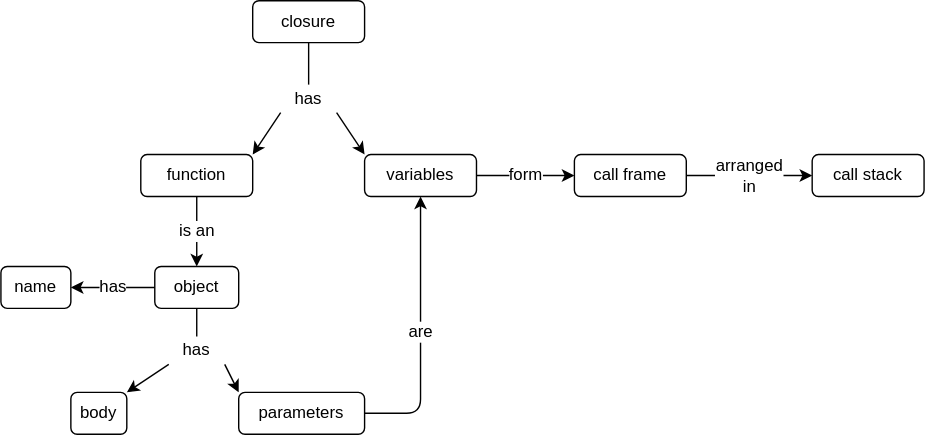
Earlier version of the draw.io export sdxpy/func/concept_map.svg (gvwilson/thirdbit). Source tidied: cells renumbered, new cells last; positions are measured from the earlier drawing's top-left corner, leaving out a move shared by most shapes. Its diagram source:
```xml
<mxGraphModel>
  <root>
    <mxCell id="0" />
    <mxCell id="1" parent="0" />
    <mxCell id="2" value="function" style="rounded=1;whiteSpace=wrap;html=1;fillColor=none;fontFamily=Verdana;fontSize=12;" parent="1" vertex="1">
      <mxGeometry x="100" y="110" width="80" height="30" as="geometry" />
    </mxCell>
    <mxCell id="3" value="closure" style="rounded=1;whiteSpace=wrap;html=1;fillColor=none;fontFamily=Verdana;fontSize=12;" parent="1" vertex="1">
      <mxGeometry x="180" width="80" height="30" as="geometry" />
    </mxCell>
    <mxCell id="4" value="has" style="text;html=1;strokeColor=none;fillColor=none;align=center;verticalAlign=middle;whiteSpace=wrap;rounded=0;fontFamily=Verdana;fontSize=12;" parent="1" vertex="1">
      <mxGeometry x="200" y="60" width="40" height="20" as="geometry" />
    </mxCell>
    <mxCell id="5" style="endArrow=none;html=1;rounded=0;entryX=0.5;entryY=1;entryDx=0;entryDy=0;exitX=0.5;exitY=0;exitDx=0;exitDy=0;fontFamily=Verdana;fontSize=12;" parent="1" edge="1" source="4" target="3">
      <mxGeometry relative="1" as="geometry" />
    </mxCell>
    <mxCell id="6" style="endArrow=classic;html=1;rounded=0;entryX=1;entryY=0;entryDx=0;entryDy=0;exitX=0;exitY=1;exitDx=0;exitDy=0;fontFamily=Verdana;fontSize=12;" parent="1" edge="1" source="4" target="2">
      <mxGeometry relative="1" as="geometry" />
    </mxCell>
    <mxCell id="7" value="variables" style="rounded=1;whiteSpace=wrap;html=1;fillColor=none;fontFamily=Verdana;fontSize=12;" parent="1" vertex="1">
      <mxGeometry x="260" y="110" width="80" height="30" as="geometry" />
    </mxCell>
    <mxCell id="8" style="endArrow=classic;html=1;rounded=0;entryX=0;entryY=0;entryDx=0;entryDy=0;exitX=1;exitY=1;exitDx=0;exitDy=0;fontFamily=Verdana;fontSize=12;" parent="1" edge="1" source="4" target="7">
      <mxGeometry relative="1" as="geometry" />
    </mxCell>
    <mxCell id="9" value="object" style="rounded=1;whiteSpace=wrap;html=1;fillColor=none;fontFamily=Verdana;fontSize=12;" parent="1" vertex="1">
      <mxGeometry x="110" y="190" width="60" height="30" as="geometry" />
    </mxCell>
    <mxCell id="10" value="&lt;font style=&quot;font-size: 12px;&quot;&gt;is an&lt;/font&gt;" style="endArrow=classic;html=1;rounded=0;exitX=0.5;exitY=1;exitDx=0;exitDy=0;entryX=0.5;entryY=0;entryDx=0;entryDy=0;fontFamily=Verdana;fontSize=12;" parent="1" edge="1" source="2" target="9">
      <mxGeometry relative="1" as="geometry" />
    </mxCell>
    <mxCell id="11" value="parameters" style="rounded=1;whiteSpace=wrap;html=1;fillColor=none;fontFamily=Verdana;fontSize=12;" parent="1" vertex="1">
      <mxGeometry x="170" y="280" width="90" height="30" as="geometry" />
    </mxCell>
    <mxCell id="12" value="body" style="rounded=1;whiteSpace=wrap;html=1;fillColor=none;fontFamily=Verdana;fontSize=12;" parent="1" vertex="1">
      <mxGeometry x="50" y="280" width="40" height="30" as="geometry" />
    </mxCell>
    <mxCell id="13" value="has" style="text;html=1;strokeColor=none;fillColor=none;align=center;verticalAlign=middle;whiteSpace=wrap;rounded=0;fontFamily=Verdana;fontSize=12;" parent="1" vertex="1">
      <mxGeometry x="120" y="240" width="40" height="20" as="geometry" />
    </mxCell>
    <mxCell id="14" style="endArrow=none;html=1;rounded=0;exitX=0.5;exitY=0;exitDx=0;exitDy=0;entryX=0.5;entryY=1;entryDx=0;entryDy=0;fontFamily=Verdana;fontSize=12;" parent="1" edge="1" source="13" target="9">
      <mxGeometry relative="1" as="geometry" />
    </mxCell>
    <mxCell id="15" style="endArrow=classic;html=1;rounded=0;entryX=1;entryY=0;entryDx=0;entryDy=0;exitX=0;exitY=1;exitDx=0;exitDy=0;fontFamily=Verdana;fontSize=12;" parent="1" edge="1" source="13" target="12">
      <mxGeometry relative="1" as="geometry" />
    </mxCell>
    <mxCell id="16" style="endArrow=classic;html=1;rounded=0;exitX=1;exitY=1;exitDx=0;exitDy=0;entryX=0;entryY=0;entryDx=0;entryDy=0;fontFamily=Verdana;fontSize=12;" parent="1" edge="1" source="13" target="11">
      <mxGeometry relative="1" as="geometry" />
    </mxCell>
    <mxCell id="17" value="&lt;font style=&quot;font-size: 12px;&quot;&gt;are&lt;/font&gt;" style="endArrow=classic;html=1;rounded=1;entryX=0.5;entryY=1;entryDx=0;entryDy=0;exitX=1;exitY=0.5;exitDx=0;exitDy=0;fontFamily=Verdana;fontSize=12;" parent="1" edge="1" source="11" target="7">
      <mxGeometry relative="1" as="geometry">
        <Array as="points">
          <mxPoint x="300" y="295" />
        </Array>
      </mxGeometry>
    </mxCell>
    <mxCell id="18" value="&lt;font style=&quot;font-size: 12px;&quot;&gt;has&lt;/font&gt;" style="endArrow=classic;html=1;rounded=0;entryX=1;entryY=0.5;entryDx=0;entryDy=0;exitX=0;exitY=0.5;exitDx=0;exitDy=0;fontFamily=Verdana;fontSize=12;" parent="1" edge="1" source="9" target="19">
      <mxGeometry relative="1" as="geometry" />
    </mxCell>
    <mxCell id="19" value="name" style="rounded=1;whiteSpace=wrap;html=1;fillColor=none;fontFamily=Verdana;fontSize=12;" parent="1" vertex="1">
      <mxGeometry y="190" width="50" height="30" as="geometry" />
    </mxCell>
    <mxCell id="20" value="call frame" style="rounded=1;whiteSpace=wrap;html=1;fillColor=none;fontFamily=Verdana;fontSize=12;" parent="1" vertex="1">
      <mxGeometry x="410" y="110" width="80" height="30" as="geometry" />
    </mxCell>
    <mxCell id="21" value="&lt;font style=&quot;font-size: 12px;&quot;&gt;form&lt;/font&gt;" style="endArrow=classic;html=1;rounded=0;entryX=0;entryY=0.5;entryDx=0;entryDy=0;exitX=1;exitY=0.5;exitDx=0;exitDy=0;fontFamily=Verdana;fontSize=12;" parent="1" edge="1" source="7" target="20">
      <mxGeometry relative="1" as="geometry" />
    </mxCell>
    <mxCell id="22" value="call stack" style="rounded=1;whiteSpace=wrap;html=1;fillColor=none;fontFamily=Verdana;fontSize=12;" parent="1" vertex="1">
      <mxGeometry x="580" y="110" width="80" height="30" as="geometry" />
    </mxCell>
    <mxCell id="23" value="&lt;font style=&quot;font-size: 12px;&quot;&gt;arranged&lt;br style=&quot;font-size: 12px;&quot;&gt;in&lt;br style=&quot;font-size: 12px;&quot;&gt;&lt;/font&gt;" style="endArrow=classic;html=1;rounded=0;entryX=0;entryY=0.5;entryDx=0;entryDy=0;exitX=1;exitY=0.5;exitDx=0;exitDy=0;fontFamily=Verdana;fontSize=12;" parent="1" edge="1" source="20" target="22">
      <mxGeometry relative="1" as="geometry" />
    </mxCell>
  </root>
</mxGraphModel>
```
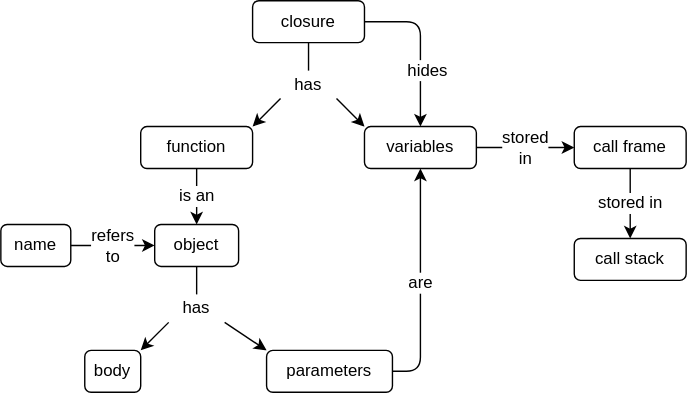
Above is the later version.

The edit, as a diff of the source:
```diff
@@ -2,75 +2,85 @@
   <root>
     <mxCell id="0" />
     <mxCell id="1" parent="0" />
-    <mxCell id="2" value="function" style="rounded=1;whiteSpace=wrap;html=1;fillColor=none;fontFamily=Verdana;fontSize=12;" parent="1" vertex="1">
-      <mxGeometry x="100" y="110" width="80" height="30" as="geometry" />
+    <mxCell id="2" value="function" style="rounded=1;whiteSpace=wrap;html=1;fillColor=none;fontFamily=Helvetica;fontSize=12;" parent="1" vertex="1">
+      <mxGeometry x="100" y="90" width="80" height="30" as="geometry" />
     </mxCell>
-    <mxCell id="3" value="closure" style="rounded=1;whiteSpace=wrap;html=1;fillColor=none;fontFamily=Verdana;fontSize=12;" parent="1" vertex="1">
+    <mxCell id="3" value="closure" style="rounded=1;whiteSpace=wrap;html=1;fillColor=none;fontFamily=Helvetica;fontSize=12;" parent="1" vertex="1">
       <mxGeometry x="180" width="80" height="30" as="geometry" />
     </mxCell>
-    <mxCell id="4" value="has" style="text;html=1;strokeColor=none;fillColor=none;align=center;verticalAlign=middle;whiteSpace=wrap;rounded=0;fontFamily=Verdana;fontSize=12;" parent="1" vertex="1">
-      <mxGeometry x="200" y="60" width="40" height="20" as="geometry" />
+    <mxCell id="4" value="has" style="text;html=1;strokeColor=none;fillColor=none;align=center;verticalAlign=middle;whiteSpace=wrap;rounded=0;fontFamily=Helvetica;fontSize=12;" parent="1" vertex="1">
+      <mxGeometry x="200" y="50" width="40" height="20" as="geometry" />
     </mxCell>
-    <mxCell id="5" style="endArrow=none;html=1;rounded=0;entryX=0.5;entryY=1;entryDx=0;entryDy=0;exitX=0.5;exitY=0;exitDx=0;exitDy=0;fontFamily=Verdana;fontSize=12;" parent="1" edge="1" source="4" target="3">
+    <mxCell id="5" style="endArrow=none;html=1;rounded=0;entryX=0.5;entryY=1;entryDx=0;entryDy=0;exitX=0.5;exitY=0;exitDx=0;exitDy=0;fontFamily=Helvetica;fontSize=12;" parent="1" edge="1" source="4" target="3">
       <mxGeometry relative="1" as="geometry" />
     </mxCell>
-    <mxCell id="6" style="endArrow=classic;html=1;rounded=0;entryX=1;entryY=0;entryDx=0;entryDy=0;exitX=0;exitY=1;exitDx=0;exitDy=0;fontFamily=Verdana;fontSize=12;" parent="1" edge="1" source="4" target="2">
+    <mxCell id="6" style="endArrow=classic;html=1;rounded=0;entryX=1;entryY=0;entryDx=0;entryDy=0;exitX=0;exitY=1;exitDx=0;exitDy=0;fontFamily=Helvetica;fontSize=12;" parent="1" edge="1" source="4" target="2">
       <mxGeometry relative="1" as="geometry" />
     </mxCell>
-    <mxCell id="7" value="variables" style="rounded=1;whiteSpace=wrap;html=1;fillColor=none;fontFamily=Verdana;fontSize=12;" parent="1" vertex="1">
-      <mxGeometry x="260" y="110" width="80" height="30" as="geometry" />
+    <mxCell id="7" value="variables" style="rounded=1;whiteSpace=wrap;html=1;fillColor=none;fontFamily=Helvetica;fontSize=12;" parent="1" vertex="1">
+      <mxGeometry x="260" y="90" width="80" height="30" as="geometry" />
     </mxCell>
-    <mxCell id="8" style="endArrow=classic;html=1;rounded=0;entryX=0;entryY=0;entryDx=0;entryDy=0;exitX=1;exitY=1;exitDx=0;exitDy=0;fontFamily=Verdana;fontSize=12;" parent="1" edge="1" source="4" target="7">
+    <mxCell id="8" style="endArrow=classic;html=1;rounded=0;entryX=0;entryY=0;entryDx=0;entryDy=0;exitX=1;exitY=1;exitDx=0;exitDy=0;fontFamily=Helvetica;fontSize=12;" parent="1" edge="1" source="4" target="7">
       <mxGeometry relative="1" as="geometry" />
     </mxCell>
-    <mxCell id="9" value="object" style="rounded=1;whiteSpace=wrap;html=1;fillColor=none;fontFamily=Verdana;fontSize=12;" parent="1" vertex="1">
-      <mxGeometry x="110" y="190" width="60" height="30" as="geometry" />
+    <mxCell id="9" value="object" style="rounded=1;whiteSpace=wrap;html=1;fillColor=none;fontFamily=Helvetica;fontSize=12;" parent="1" vertex="1">
+      <mxGeometry x="110" y="160" width="60" height="30" as="geometry" />
     </mxCell>
-    <mxCell id="10" value="&lt;font style=&quot;font-size: 12px;&quot;&gt;is an&lt;/font&gt;" style="endArrow=classic;html=1;rounded=0;exitX=0.5;exitY=1;exitDx=0;exitDy=0;entryX=0.5;entryY=0;entryDx=0;entryDy=0;fontFamily=Verdana;fontSize=12;" parent="1" edge="1" source="2" target="9">
+    <mxCell id="10" value="&lt;font style=&quot;font-size: 12px;&quot;&gt;is an&lt;/font&gt;" style="endArrow=classic;html=1;rounded=0;exitX=0.5;exitY=1;exitDx=0;exitDy=0;entryX=0.5;entryY=0;entryDx=0;entryDy=0;fontFamily=Helvetica;fontSize=12;" parent="1" edge="1" source="2" target="9">
       <mxGeometry relative="1" as="geometry" />
     </mxCell>
-    <mxCell id="11" value="parameters" style="rounded=1;whiteSpace=wrap;html=1;fillColor=none;fontFamily=Verdana;fontSize=12;" parent="1" vertex="1">
-      <mxGeometry x="170" y="280" width="90" height="30" as="geometry" />
+    <mxCell id="11" value="parameters" style="rounded=1;whiteSpace=wrap;html=1;fillColor=none;fontFamily=Helvetica;fontSize=12;" parent="1" vertex="1">
+      <mxGeometry x="190" y="250" width="90" height="30" as="geometry" />
     </mxCell>
-    <mxCell id="12" value="body" style="rounded=1;whiteSpace=wrap;html=1;fillColor=none;fontFamily=Verdana;fontSize=12;" parent="1" vertex="1">
-      <mxGeometry x="50" y="280" width="40" height="30" as="geometry" />
+    <mxCell id="12" value="body" style="rounded=1;whiteSpace=wrap;html=1;fillColor=none;fontFamily=Helvetica;fontSize=12;" parent="1" vertex="1">
+      <mxGeometry x="60" y="250" width="40" height="30" as="geometry" />
     </mxCell>
-    <mxCell id="13" value="has" style="text;html=1;strokeColor=none;fillColor=none;align=center;verticalAlign=middle;whiteSpace=wrap;rounded=0;fontFamily=Verdana;fontSize=12;" parent="1" vertex="1">
-      <mxGeometry x="120" y="240" width="40" height="20" as="geometry" />
+    <mxCell id="13" value="has" style="text;html=1;strokeColor=none;fillColor=none;align=center;verticalAlign=middle;whiteSpace=wrap;rounded=0;fontFamily=Helvetica;fontSize=12;" parent="1" vertex="1">
+      <mxGeometry x="120" y="210" width="40" height="20" as="geometry" />
     </mxCell>
-    <mxCell id="14" style="endArrow=none;html=1;rounded=0;exitX=0.5;exitY=0;exitDx=0;exitDy=0;entryX=0.5;entryY=1;entryDx=0;entryDy=0;fontFamily=Verdana;fontSize=12;" parent="1" edge="1" source="13" target="9">
+    <mxCell id="14" style="endArrow=none;html=1;rounded=0;exitX=0.5;exitY=0;exitDx=0;exitDy=0;entryX=0.5;entryY=1;entryDx=0;entryDy=0;fontFamily=Helvetica;fontSize=12;" parent="1" edge="1" source="13" target="9">
       <mxGeometry relative="1" as="geometry" />
     </mxCell>
-    <mxCell id="15" style="endArrow=classic;html=1;rounded=0;entryX=1;entryY=0;entryDx=0;entryDy=0;exitX=0;exitY=1;exitDx=0;exitDy=0;fontFamily=Verdana;fontSize=12;" parent="1" edge="1" source="13" target="12">
+    <mxCell id="15" style="endArrow=classic;html=1;rounded=0;entryX=1;entryY=0;entryDx=0;entryDy=0;exitX=0;exitY=1;exitDx=0;exitDy=0;fontFamily=Helvetica;fontSize=12;" parent="1" edge="1" source="13" target="12">
       <mxGeometry relative="1" as="geometry" />
     </mxCell>
-    <mxCell id="16" style="endArrow=classic;html=1;rounded=0;exitX=1;exitY=1;exitDx=0;exitDy=0;entryX=0;entryY=0;entryDx=0;entryDy=0;fontFamily=Verdana;fontSize=12;" parent="1" edge="1" source="13" target="11">
+    <mxCell id="16" style="endArrow=classic;html=1;rounded=0;exitX=1;exitY=1;exitDx=0;exitDy=0;entryX=0;entryY=0;entryDx=0;entryDy=0;fontFamily=Helvetica;fontSize=12;" parent="1" edge="1" source="13" target="11">
       <mxGeometry relative="1" as="geometry" />
     </mxCell>
-    <mxCell id="17" value="&lt;font style=&quot;font-size: 12px;&quot;&gt;are&lt;/font&gt;" style="endArrow=classic;html=1;rounded=1;entryX=0.5;entryY=1;entryDx=0;entryDy=0;exitX=1;exitY=0.5;exitDx=0;exitDy=0;fontFamily=Verdana;fontSize=12;" parent="1" edge="1" source="11" target="7">
+    <mxCell id="17" value="&lt;font style=&quot;font-size: 12px;&quot;&gt;are&lt;/font&gt;" style="endArrow=classic;html=1;rounded=1;entryX=0.5;entryY=1;entryDx=0;entryDy=0;exitX=1;exitY=0.5;exitDx=0;exitDy=0;fontFamily=Helvetica;fontSize=12;" parent="1" edge="1" source="11" target="7">
       <mxGeometry relative="1" as="geometry">
         <Array as="points">
-          <mxPoint x="300" y="295" />
+          <mxPoint x="300" y="265" />
         </Array>
       </mxGeometry>
     </mxCell>
-    <mxCell id="18" value="&lt;font style=&quot;font-size: 12px;&quot;&gt;has&lt;/font&gt;" style="endArrow=classic;html=1;rounded=0;entryX=1;entryY=0.5;entryDx=0;entryDy=0;exitX=0;exitY=0.5;exitDx=0;exitDy=0;fontFamily=Verdana;fontSize=12;" parent="1" edge="1" source="9" target="19">
+    <mxCell id="18" value="&lt;font style=&quot;font-size: 12px;&quot;&gt;refers&lt;br style=&quot;font-size: 12px;&quot;&gt;to&lt;br style=&quot;font-size: 12px;&quot;&gt;&lt;/font&gt;" style="endArrow=classic;html=1;rounded=0;entryX=0;entryY=0.5;entryDx=0;entryDy=0;fontFamily=Helvetica;fontSize=12;exitX=1;exitY=0.5;exitDx=0;exitDy=0;" parent="1" edge="1" source="19" target="9">
       <mxGeometry relative="1" as="geometry" />
     </mxCell>
-    <mxCell id="19" value="name" style="rounded=1;whiteSpace=wrap;html=1;fillColor=none;fontFamily=Verdana;fontSize=12;" parent="1" vertex="1">
-      <mxGeometry y="190" width="50" height="30" as="geometry" />
+    <mxCell id="19" value="name" style="rounded=1;whiteSpace=wrap;html=1;fillColor=none;fontFamily=Helvetica;fontSize=12;" parent="1" vertex="1">
+      <mxGeometry y="160" width="50" height="30" as="geometry" />
     </mxCell>
-    <mxCell id="20" value="call frame" style="rounded=1;whiteSpace=wrap;html=1;fillColor=none;fontFamily=Verdana;fontSize=12;" parent="1" vertex="1">
-      <mxGeometry x="410" y="110" width="80" height="30" as="geometry" />
+    <mxCell id="20" value="call frame" style="rounded=1;whiteSpace=wrap;html=1;fillColor=none;fontFamily=Helvetica;fontSize=12;" parent="1" vertex="1">
+      <mxGeometry x="410" y="90" width="80" height="30" as="geometry" />
     </mxCell>
-    <mxCell id="21" value="&lt;font style=&quot;font-size: 12px;&quot;&gt;form&lt;/font&gt;" style="endArrow=classic;html=1;rounded=0;entryX=0;entryY=0.5;entryDx=0;entryDy=0;exitX=1;exitY=0.5;exitDx=0;exitDy=0;fontFamily=Verdana;fontSize=12;" parent="1" edge="1" source="7" target="20">
+    <mxCell id="21" value="&lt;font style=&quot;font-size: 12px;&quot;&gt;stored&lt;br style=&quot;font-size: 12px;&quot;&gt;in&lt;br style=&quot;font-size: 12px;&quot;&gt;&lt;/font&gt;" style="endArrow=classic;html=1;rounded=0;entryX=0;entryY=0.5;entryDx=0;entryDy=0;exitX=1;exitY=0.5;exitDx=0;exitDy=0;fontFamily=Helvetica;fontSize=12;" parent="1" edge="1" source="7" target="20">
       <mxGeometry relative="1" as="geometry" />
     </mxCell>
-    <mxCell id="22" value="call stack" style="rounded=1;whiteSpace=wrap;html=1;fillColor=none;fontFamily=Verdana;fontSize=12;" parent="1" vertex="1">
-      <mxGeometry x="580" y="110" width="80" height="30" as="geometry" />
+    <mxCell id="22" value="call stack" style="rounded=1;whiteSpace=wrap;html=1;fillColor=none;fontFamily=Helvetica;fontSize=12;" parent="1" vertex="1">
+      <mxGeometry x="410" y="170" width="80" height="30" as="geometry" />
     </mxCell>
-    <mxCell id="23" value="&lt;font style=&quot;font-size: 12px;&quot;&gt;arranged&lt;br style=&quot;font-size: 12px;&quot;&gt;in&lt;br style=&quot;font-size: 12px;&quot;&gt;&lt;/font&gt;" style="endArrow=classic;html=1;rounded=0;entryX=0;entryY=0.5;entryDx=0;entryDy=0;exitX=1;exitY=0.5;exitDx=0;exitDy=0;fontFamily=Verdana;fontSize=12;" parent="1" edge="1" source="20" target="22">
+    <mxCell id="23" value="&lt;font style=&quot;font-size: 12px;&quot;&gt;stored in&lt;br style=&quot;font-size: 12px;&quot;&gt;&lt;/font&gt;" style="endArrow=classic;html=1;rounded=0;entryX=0.5;entryY=0;entryDx=0;entryDy=0;exitX=0.5;exitY=1;exitDx=0;exitDy=0;fontFamily=Helvetica;fontSize=12;" parent="1" edge="1" source="20" target="22">
       <mxGeometry relative="1" as="geometry" />
     </mxCell>
+    <mxCell id="24" style="endArrow=classic;html=1;rounded=1;exitX=1;exitY=0.5;exitDx=0;exitDy=0;entryX=0.5;entryY=0;entryDx=0;entryDy=0;fontSize=12;" parent="1" edge="1" source="3" target="7">
+      <mxGeometry relative="1" as="geometry">
+        <Array as="points">
+          <mxPoint x="300" y="15" />
+        </Array>
+      </mxGeometry>
+    </mxCell>
+    <mxCell id="25" value="&lt;font style=&quot;font-size: 12px;&quot;&gt;hides&lt;/font&gt;" style="edgeLabel;html=1;align=center;verticalAlign=middle;fontSize=12;" parent="24" vertex="1">
+      <mxGeometry x="0.29" y="4" relative="1" as="geometry" />
+    </mxCell>
   </root>
 </mxGraphModel>
```
